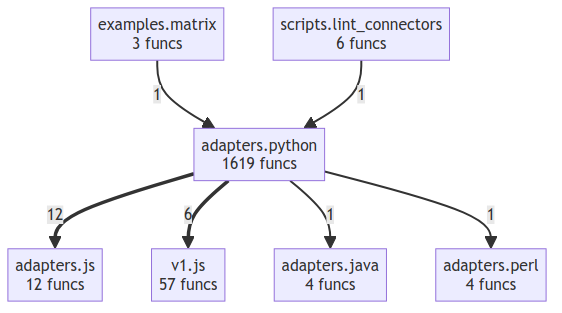
The Mermaid diagram project/compact_flow.png in if-uri/urirun, before a commit. Its source is kept beside it as project/compact_flow.mmd.
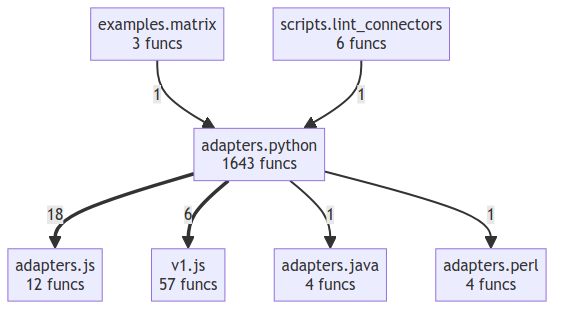
The same file after the commit.

What changed in the source:
```diff
@@ -2,11 +2,11 @@
     adapters__java["adapters.java<br/>4 funcs"]
     adapters__js["adapters.js<br/>12 funcs"]
     adapters__perl["adapters.perl<br/>4 funcs"]
-    adapters__python["adapters.python<br/>1619 funcs"]
+    adapters__python["adapters.python<br/>1643 funcs"]
     examples__matrix["examples.matrix<br/>3 funcs"]
     scripts__lint_connectors["scripts.lint_connectors<br/>6 funcs"]
     v1__js["v1.js<br/>57 funcs"]
-    adapters__python ==>|12| adapters__js
+    adapters__python ==>|18| adapters__js
     adapters__python ==>|6| v1__js
     examples__matrix -->|1| adapters__python
     scripts__lint_connectors -->|1| adapters__python
```
